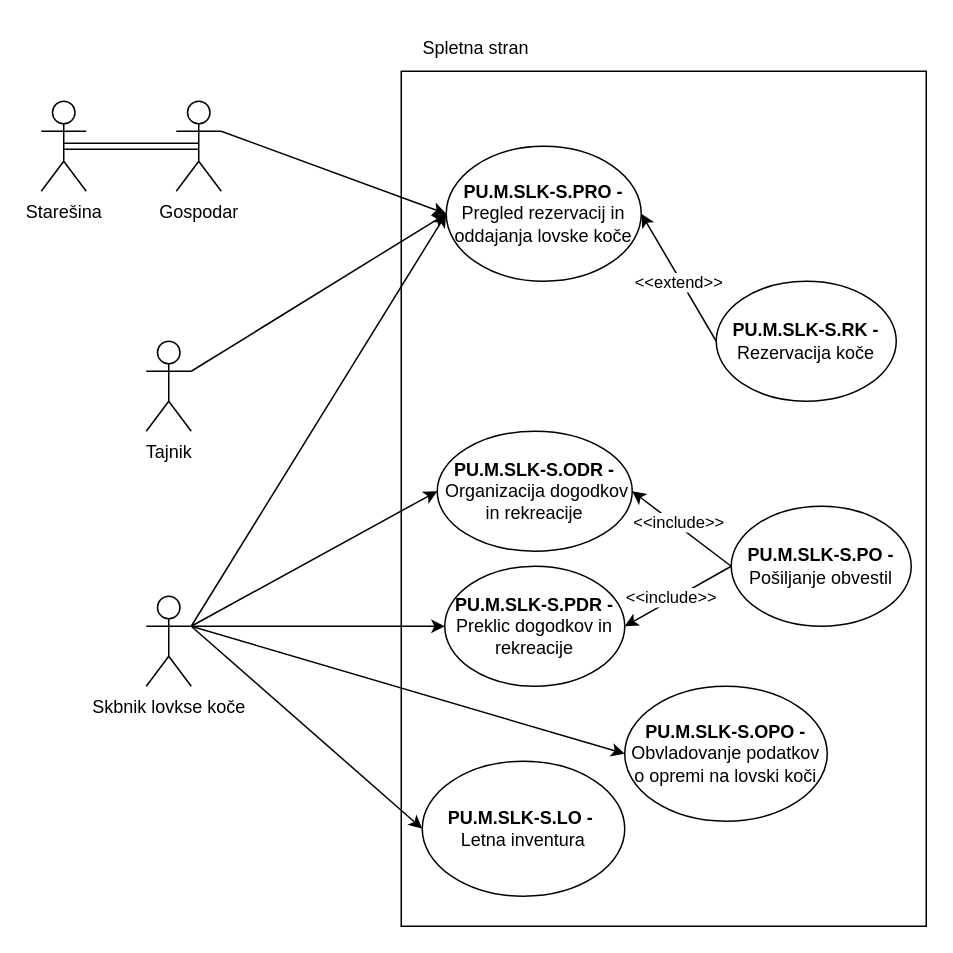
ErnestISv/Lovstvo keeps this draw.io diagram as Skrbnistvo lovskih koc-Spletna aplikacija.drawio. Above is the earlier version. Source tidied: cells renumbered, new cells numbered last; positions are measured from the earlier drawing's top-left corner, leaving out a move shared by most shapes. Both pictures are drawn from the tidied source at 150%, with x=0, y=0 at pixel (40, 26).
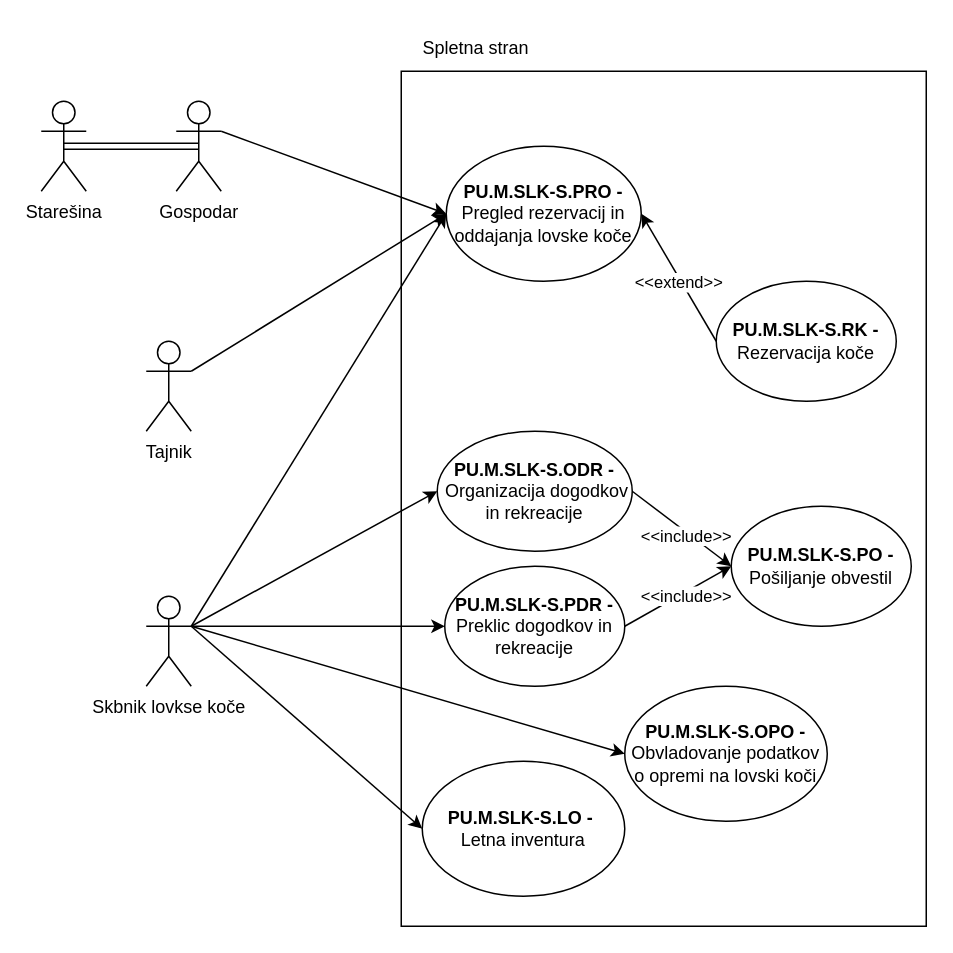
After the change.

Unchanged cells that the change refers to:
```xml
<mxCell id="5" value="&lt;b&gt;PU.M.SLK-S.PDR -&lt;/b&gt; Preklic dogodkov in rekreacije" style="ellipse;whiteSpace=wrap;html=1;" parent="1" vertex="1">
  <mxGeometry x="269" y="360" width="120" height="80" as="geometry" />
</mxCell>
<mxCell id="6" value="&lt;b&gt;PU.M.SLK-S.ODR -&lt;/b&gt;&amp;nbsp;Organizacija dogodkov in rekreacije" style="ellipse;whiteSpace=wrap;html=1;" parent="1" vertex="1">
  <mxGeometry x="264" y="270" width="130" height="80" as="geometry" />
</mxCell>
<mxCell id="8" value="&lt;b&gt;PU.M.SLK-S.PO -&lt;/b&gt; Pošiljanje obvestil" style="ellipse;whiteSpace=wrap;html=1;" parent="1" vertex="1">
  <mxGeometry x="460" y="320" width="120" height="80" as="geometry" />
</mxCell>
```

Diff of the diagram source:
```diff
@@
-    <mxCell id="11" style="endArrow=classic;html=1;rounded=0;entryX=1;entryY=0.5;entryDx=0;entryDy=0;exitX=0;exitY=0.5;exitDx=0;exitDy=0;" parent="1" edge="1" source="8" target="5">
+    <mxCell id="11" style="endArrow=classic;html=1;rounded=0;exitX=1;exitY=0.5;exitDx=0;exitDy=0;entryX=0;entryY=0.5;entryDx=0;entryDy=0;" parent="1" edge="1" source="5" target="8">
       <mxGeometry relative="1" as="geometry" />
     </mxCell>
@@
-    <mxCell id="13" style="endArrow=classic;html=1;rounded=0;entryX=1;entryY=0.5;entryDx=0;entryDy=0;exitX=0;exitY=0.5;exitDx=0;exitDy=0;" parent="1" edge="1" source="8" target="6">
+    <mxCell id="13" style="endArrow=classic;html=1;rounded=0;exitX=1;exitY=0.5;exitDx=0;exitDy=0;entryX=0;entryY=0.5;entryDx=0;entryDy=0;" parent="1" edge="1" source="6" target="8">
       <mxGeometry relative="1" as="geometry" />
     </mxCell>
```
